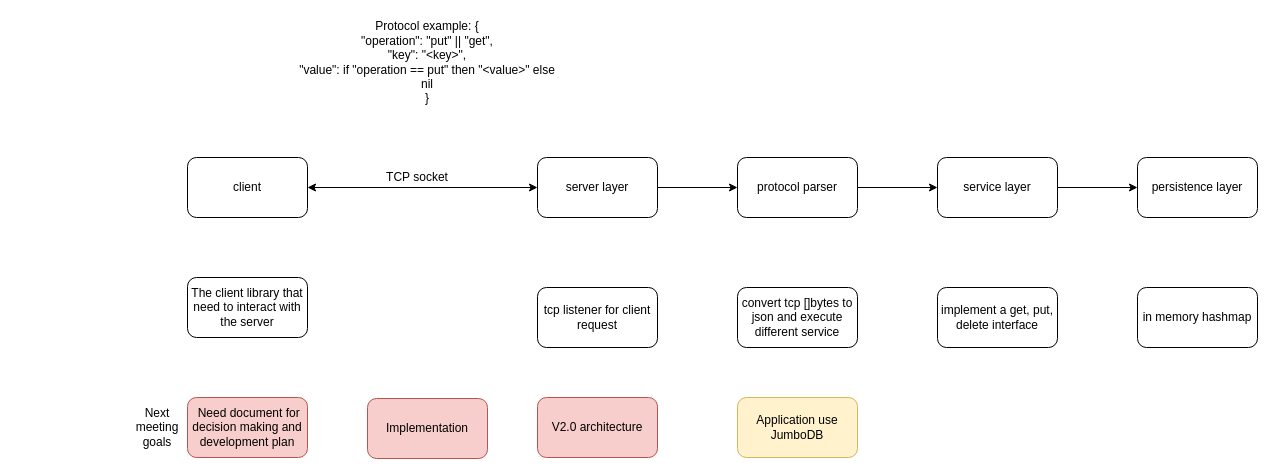
Above: design/V0.1.drawio in Shihao-Zhong/JumboDB (draw.io), before the change. Source tidied: cells renumbered, new cells numbered last; positions are measured from the earlier drawing's top-left corner, leaving out a move shared by most shapes. Both pictures are drawn from the tidied source at 100%, with x=0, y=0 at pixel (137, 17).
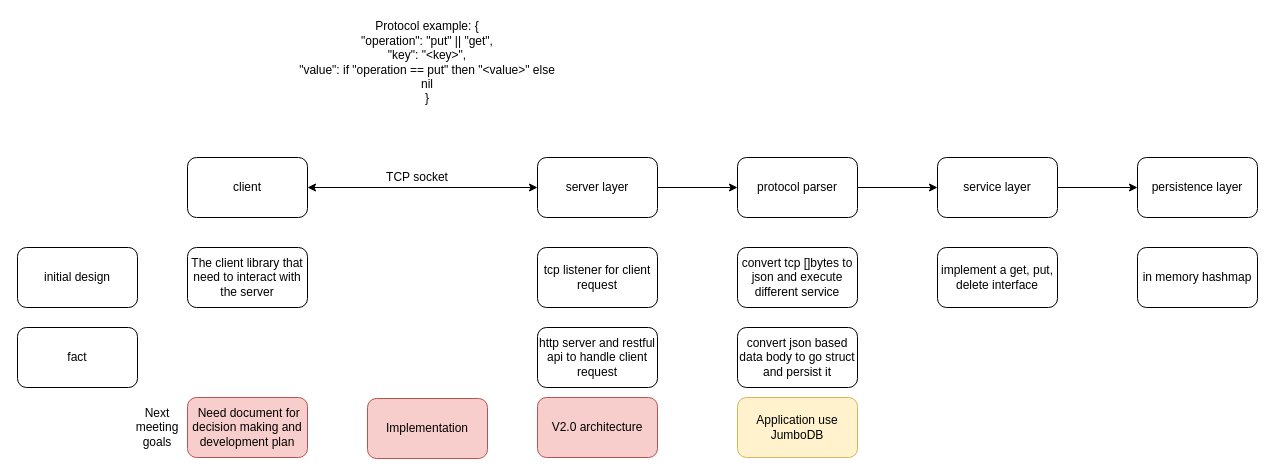
The same diagram, later.

Commit message (it also covers changes not shown here):
add V0.2 design diagram

The edit, as a diff of the source:
```diff
@@
     <mxCell id="13" value="The client library that need to interact with the server" style="rounded=1;whiteSpace=wrap;html=1;" parent="1" vertex="1">
-      <mxGeometry x="50" y="260" width="120" height="60" as="geometry" />
+      <mxGeometry x="50" y="230" width="120" height="60" as="geometry" />
     </mxCell>
     <mxCell id="14" value="tcp listener for client request" style="rounded=1;whiteSpace=wrap;html=1;" parent="1" vertex="1">
-      <mxGeometry x="400" y="270" width="120" height="60" as="geometry" />
+      <mxGeometry x="400" y="230" width="120" height="60" as="geometry" />
     </mxCell>
     <mxCell id="15" value="convert tcp []bytes to json and execute different service" style="rounded=1;whiteSpace=wrap;html=1;" parent="1" vertex="1">
-      <mxGeometry x="600" y="270" width="120" height="60" as="geometry" />
+      <mxGeometry x="600" y="230" width="120" height="60" as="geometry" />
     </mxCell>
     <mxCell id="16" value="implement a get, put, delete interface" style="rounded=1;whiteSpace=wrap;html=1;" parent="1" vertex="1">
-      <mxGeometry x="800" y="270" width="120" height="60" as="geometry" />
+      <mxGeometry x="800" y="230" width="120" height="60" as="geometry" />
     </mxCell>
     <mxCell id="17" value="in memory hashmap" style="rounded=1;whiteSpace=wrap;html=1;" parent="1" vertex="1">
-      <mxGeometry x="1000" y="270" width="120" height="60" as="geometry" />
+      <mxGeometry x="1000" y="230" width="120" height="60" as="geometry" />
     </mxCell>
@@
+    <mxCell id="23" value="initial design" style="rounded=1;whiteSpace=wrap;html=1;" parent="1" vertex="1">
+      <mxGeometry x="-120" y="230" width="120" height="60" as="geometry" />
+    </mxCell>
+    <mxCell id="24" value="fact" style="rounded=1;whiteSpace=wrap;html=1;" parent="1" vertex="1">
+      <mxGeometry x="-120" y="310" width="120" height="60" as="geometry" />
+    </mxCell>
+    <mxCell id="25" value="http server and restful api to handle client request" style="rounded=1;whiteSpace=wrap;html=1;" parent="1" vertex="1">
+      <mxGeometry x="400" y="310" width="120" height="60" as="geometry" />
+    </mxCell>
+    <mxCell id="26" value="convert json based data body to go struct and persist it" style="rounded=1;whiteSpace=wrap;html=1;" parent="1" vertex="1">
+      <mxGeometry x="600" y="310" width="120" height="60" as="geometry" />
+    </mxCell>
```
